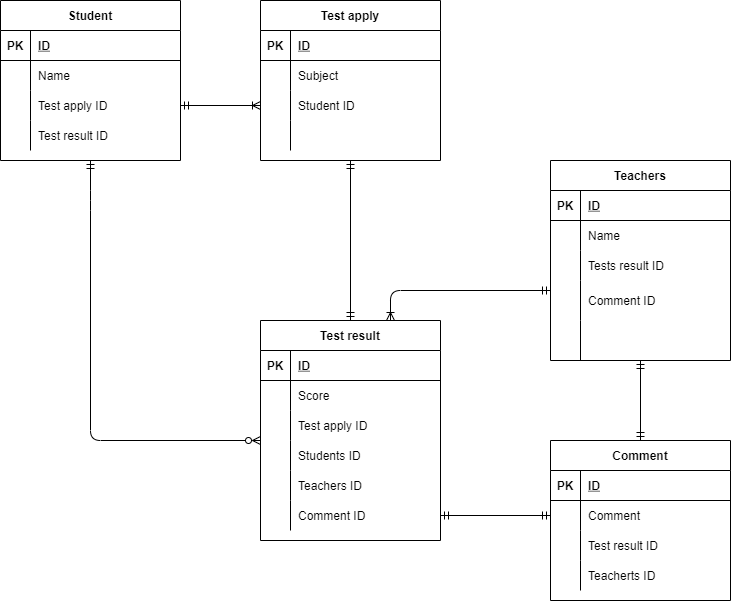
The draw.io diagram index.drawio.png in taromatsuo0422/er-test, before a commit. Source tidied: cells renumbered, new cells last; positions are measured from the earlier drawing's top-left corner, leaving out a move shared by most shapes.
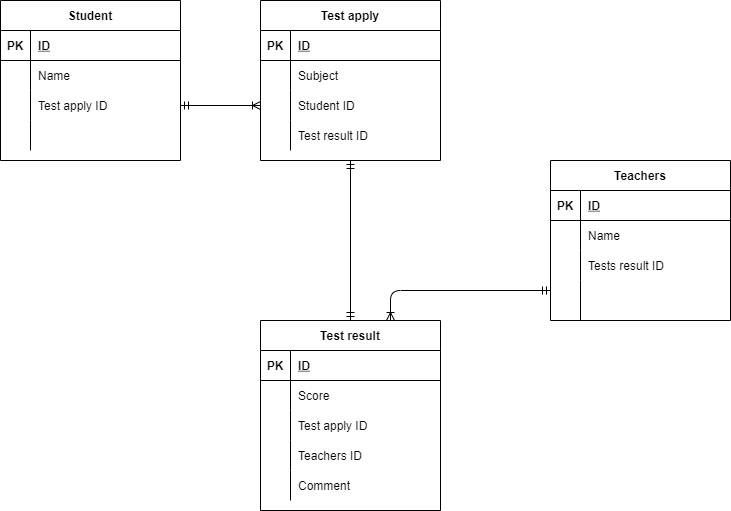
The same file after the commit.

Change to the diagram source:
```diff
@@ -38,14 +38,11 @@
     <mxCell id="13" style="shape=partialRectangle;fillColor=none;top=0;left=0;bottom=0;right=0;overflow=hidden;" parent="12" vertex="1">
       <mxGeometry width="30" height="30" as="geometry" />
     </mxCell>
-    <mxCell id="14" value="Test result ID" style="shape=partialRectangle;fillColor=none;top=0;left=0;bottom=0;right=0;align=left;spacingLeft=6;overflow=hidden;" parent="12" vertex="1">
+    <mxCell id="14" style="shape=partialRectangle;fillColor=none;top=0;left=0;bottom=0;right=0;align=left;spacingLeft=6;overflow=hidden;" parent="12" vertex="1">
       <mxGeometry x="30" width="150" height="30" as="geometry" />
     </mxCell>
-    <mxCell id="15" style="edgeStyle=none;html=1;entryX=0;entryY=0.5;entryDx=0;entryDy=0;startArrow=ERmandOne;startFill=0;endArrow=ERmandOne;endFill=0;exitX=1;exitY=0.5;exitDx=0;exitDy=0;" parent="1" edge="1" source="32" target="56">
-      <mxGeometry relative="1" as="geometry" />
-    </mxCell>
     <mxCell id="16" value="Test result" style="shape=table;startSize=30;rowLines=0;fontStyle=1;align=center;" parent="1" vertex="1">
-      <mxGeometry x="260" y="320" width="180" height="220" as="geometry" />
+      <mxGeometry x="260" y="320" width="180" height="190" as="geometry" />
     </mxCell>
     <mxCell id="17" style="shape=partialRectangle;fillColor=none;top=0;left=0;bottom=1;right=0;" parent="16" vertex="1">
       <mxGeometry y="30" width="180" height="30" as="geometry" />
@@ -74,35 +71,26 @@
     <mxCell id="25" value="Test apply ID" style="shape=partialRectangle;fillColor=none;top=0;left=0;bottom=0;right=0;align=left;spacingLeft=6;overflow=hidden;" parent="23" vertex="1">
       <mxGeometry x="30" width="150" height="30" as="geometry" />
     </mxCell>
+    <mxCell id="29" style="shape=partialRectangle;fillColor=none;top=0;left=0;bottom=0;right=0;" parent="16" vertex="1">
+      <mxGeometry y="120" width="180" height="30" as="geometry" />
+    </mxCell>
+    <mxCell id="30" style="shape=partialRectangle;fillColor=none;top=0;left=0;bottom=0;right=0;overflow=hidden;" parent="29" vertex="1">
+      <mxGeometry width="30" height="30" as="geometry" />
+    </mxCell>
+    <mxCell id="31" value="Teachers ID" style="shape=partialRectangle;fillColor=none;top=0;left=0;bottom=0;right=0;align=left;spacingLeft=6;overflow=hidden;" parent="29" vertex="1">
+      <mxGeometry x="30" width="150" height="30" as="geometry" />
+    </mxCell>
     <mxCell id="26" style="shape=partialRectangle;fillColor=none;top=0;left=0;bottom=0;right=0;" parent="16" vertex="1">
-      <mxGeometry y="120" width="180" height="30" as="geometry" />
+      <mxGeometry y="150" width="180" height="30" as="geometry" />
     </mxCell>
     <mxCell id="27" style="shape=partialRectangle;fillColor=none;top=0;left=0;bottom=0;right=0;overflow=hidden;" parent="26" vertex="1">
       <mxGeometry width="30" height="30" as="geometry" />
     </mxCell>
-    <mxCell id="28" value="Students ID" style="shape=partialRectangle;fillColor=none;top=0;left=0;bottom=0;right=0;align=left;spacingLeft=6;overflow=hidden;" parent="26" vertex="1">
+    <mxCell id="28" value="Comment" style="shape=partialRectangle;fillColor=none;top=0;left=0;bottom=0;right=0;align=left;spacingLeft=6;overflow=hidden;" parent="26" vertex="1">
       <mxGeometry x="30" width="150" height="30" as="geometry" />
     </mxCell>
-    <mxCell id="29" style="shape=partialRectangle;fillColor=none;top=0;left=0;bottom=0;right=0;" parent="16" vertex="1">
-      <mxGeometry y="150" width="180" height="30" as="geometry" />
-    </mxCell>
-    <mxCell id="30" style="shape=partialRectangle;fillColor=none;top=0;left=0;bottom=0;right=0;overflow=hidden;" parent="29" vertex="1">
-      <mxGeometry width="30" height="30" as="geometry" />
-    </mxCell>
-    <mxCell id="31" value="Teachers ID" style="shape=partialRectangle;fillColor=none;top=0;left=0;bottom=0;right=0;align=left;spacingLeft=6;overflow=hidden;" parent="29" vertex="1">
-      <mxGeometry x="30" width="150" height="30" as="geometry" />
-    </mxCell>
-    <mxCell id="32" style="shape=partialRectangle;fillColor=none;top=0;left=0;bottom=0;right=0;points=[[0,0.5],[1,0.5]];portConstraint=eastwest;" parent="16" vertex="1">
-      <mxGeometry y="180" width="180" height="30" as="geometry" />
-    </mxCell>
-    <mxCell id="33" style="shape=partialRectangle;fillColor=none;top=0;left=0;bottom=0;right=0;overflow=hidden;" parent="32" vertex="1">
-      <mxGeometry width="30" height="30" as="geometry" />
-    </mxCell>
-    <mxCell id="34" value="Comment ID" style="shape=partialRectangle;fillColor=none;top=0;left=0;bottom=0;right=0;align=left;spacingLeft=6;overflow=hidden;" parent="32" vertex="1">
-      <mxGeometry x="30" width="150" height="30" as="geometry" />
-    </mxCell>
     <mxCell id="35" value="Teachers" style="shape=table;startSize=30;rowLines=0;fontStyle=1;align=center;" parent="1" vertex="1">
-      <mxGeometry x="550" y="160" width="180" height="200" as="geometry" />
+      <mxGeometry x="550" y="160" width="180" height="160" as="geometry" />
     </mxCell>
     <mxCell id="36" style="shape=partialRectangle;fillColor=none;top=0;left=0;bottom=1;right=0;" parent="35" vertex="1">
       <mxGeometry y="30" width="180" height="30" as="geometry" />
@@ -137,72 +125,9 @@
     <mxCell id="46" style="shape=partialRectangle;fillColor=none;top=0;left=0;bottom=0;right=0;overflow=hidden;" parent="45" vertex="1">
       <mxGeometry width="30" height="40" as="geometry" />
     </mxCell>
-    <mxCell id="47" value="Comment ID" style="shape=partialRectangle;fillColor=none;top=0;left=0;bottom=0;right=0;align=left;spacingLeft=6;overflow=hidden;" parent="45" vertex="1">
+    <mxCell id="47" style="shape=partialRectangle;fillColor=none;top=0;left=0;bottom=0;right=0;align=left;spacingLeft=6;overflow=hidden;" parent="45" vertex="1">
       <mxGeometry x="30" width="150" height="40" as="geometry" />
     </mxCell>
-    <mxCell id="48" style="shape=partialRectangle;fillColor=none;top=0;left=0;bottom=0;right=0;" parent="35" vertex="1">
-      <mxGeometry y="160" width="180" height="40" as="geometry" />
-    </mxCell>
-    <mxCell id="49" style="shape=partialRectangle;fillColor=none;top=0;left=0;bottom=0;right=0;overflow=hidden;" parent="48" vertex="1">
-      <mxGeometry width="30" height="40" as="geometry" />
-    </mxCell>
-    <mxCell id="50" style="shape=partialRectangle;fillColor=none;top=0;left=0;bottom=0;right=0;align=left;spacingLeft=6;overflow=hidden;" parent="48" vertex="1">
-      <mxGeometry x="30" width="150" height="40" as="geometry" />
-    </mxCell>
-    <mxCell id="51" style="edgeStyle=none;html=1;exitX=0.5;exitY=0;exitDx=0;exitDy=0;startArrow=ERmandOne;startFill=0;endArrow=ERmandOne;endFill=0;" parent="1" edge="1" source="52">
-      <mxGeometry relative="1" as="geometry">
-        <mxPoint x="640" y="360" as="targetPoint" />
-      </mxGeometry>
-    </mxCell>
-    <mxCell id="52" value="Comment" style="shape=table;startSize=30;rowLines=0;fontStyle=1;align=center;" parent="1" vertex="1">
-      <mxGeometry x="550" y="440" width="180" height="160" as="geometry" />
-    </mxCell>
-    <mxCell id="53" style="shape=partialRectangle;fillColor=none;top=0;left=0;bottom=1;right=0;" parent="52" vertex="1">
-      <mxGeometry y="30" width="180" height="30" as="geometry" />
-    </mxCell>
-    <mxCell id="54" value="PK" style="shape=partialRectangle;fillColor=none;top=0;left=0;bottom=0;right=0;fontStyle=1;overflow=hidden;" parent="53" vertex="1">
-      <mxGeometry width="30" height="30" as="geometry" />
-    </mxCell>
-    <mxCell id="55" value="ID" style="shape=partialRectangle;fillColor=none;top=0;left=0;bottom=0;right=0;align=left;spacingLeft=6;fontStyle=5;overflow=hidden;" parent="53" vertex="1">
-      <mxGeometry x="30" width="150" height="30" as="geometry" />
-    </mxCell>
-    <mxCell id="56" style="shape=partialRectangle;fillColor=none;top=0;left=0;bottom=0;right=0;points=[[0,0.5],[1,0.5]];portConstraint=eastwest;" parent="52" vertex="1">
-      <mxGeometry y="60" width="180" height="30" as="geometry" />
-    </mxCell>
-    <mxCell id="57" style="shape=partialRectangle;fillColor=none;top=0;left=0;bottom=0;right=0;overflow=hidden;" parent="56" vertex="1">
-      <mxGeometry width="30" height="30" as="geometry" />
-    </mxCell>
-    <mxCell id="58" value="Comment" style="shape=partialRectangle;fillColor=none;top=0;left=0;bottom=0;right=0;align=left;spacingLeft=6;overflow=hidden;" parent="56" vertex="1">
-      <mxGeometry x="30" width="150" height="30" as="geometry" />
-    </mxCell>
-    <mxCell id="59" style="shape=partialRectangle;fillColor=none;top=0;left=0;bottom=0;right=0;" parent="52" vertex="1">
-      <mxGeometry y="90" width="180" height="30" as="geometry" />
-    </mxCell>
-    <mxCell id="60" style="shape=partialRectangle;fillColor=none;top=0;left=0;bottom=0;right=0;overflow=hidden;" parent="59" vertex="1">
-      <mxGeometry width="30" height="30" as="geometry" />
-    </mxCell>
-    <mxCell id="61" value="Test result ID" style="shape=partialRectangle;fillColor=none;top=0;left=0;bottom=0;right=0;align=left;spacingLeft=6;overflow=hidden;" parent="59" vertex="1">
-      <mxGeometry x="30" width="150" height="30" as="geometry" />
-    </mxCell>
-    <mxCell id="62" style="shape=partialRectangle;fillColor=none;top=0;left=0;bottom=0;right=0;" parent="52" vertex="1">
-      <mxGeometry y="120" width="180" height="30" as="geometry" />
-    </mxCell>
-    <mxCell id="63" style="shape=partialRectangle;fillColor=none;top=0;left=0;bottom=0;right=0;overflow=hidden;" parent="62" vertex="1">
-      <mxGeometry width="30" height="30" as="geometry" />
-    </mxCell>
-    <mxCell id="64" value="Teacherts ID" style="shape=partialRectangle;fillColor=none;top=0;left=0;bottom=0;right=0;align=left;spacingLeft=6;overflow=hidden;" parent="62" vertex="1">
-      <mxGeometry x="30" width="150" height="30" as="geometry" />
-    </mxCell>
-    <mxCell id="65" style="edgeStyle=none;html=1;endArrow=ERzeroToMany;endFill=0;startArrow=ERmandOne;startFill=0;" parent="1" edge="1">
-      <mxGeometry relative="1" as="geometry">
-        <mxPoint x="90" y="160" as="sourcePoint" />
-        <mxPoint x="260" y="440" as="targetPoint" />
-        <Array as="points">
-          <mxPoint x="90" y="200" />
-          <mxPoint x="90" y="440" />
-        </Array>
-      </mxGeometry>
-    </mxCell>
     <mxCell id="66" style="edgeStyle=none;html=1;entryX=0;entryY=0.25;entryDx=0;entryDy=0;startArrow=ERoneToMany;startFill=0;endArrow=ERmandOne;endFill=0;entryPerimeter=0;" parent="1" edge="1" target="45">
       <mxGeometry relative="1" as="geometry">
         <mxPoint x="390" y="320" as="sourcePoint" />
@@ -250,7 +175,7 @@
     <mxCell id="79" style="shape=partialRectangle;fillColor=none;top=0;left=0;bottom=0;right=0;overflow=hidden;" parent="78" vertex="1">
       <mxGeometry width="30" height="30" as="geometry" />
     </mxCell>
-    <mxCell id="80" style="shape=partialRectangle;fillColor=none;top=0;left=0;bottom=0;right=0;align=left;spacingLeft=6;overflow=hidden;" parent="78" vertex="1">
+    <mxCell id="80" value="Test result ID" style="shape=partialRectangle;fillColor=none;top=0;left=0;bottom=0;right=0;align=left;spacingLeft=6;overflow=hidden;" parent="78" vertex="1">
       <mxGeometry x="30" width="150" height="30" as="geometry" />
     </mxCell>
     <mxCell id="81" style="edgeStyle=none;html=1;exitX=1;exitY=0.5;exitDx=0;exitDy=0;entryX=0;entryY=0.5;entryDx=0;entryDy=0;startArrow=ERmandOne;startFill=0;endArrow=ERoneToMany;endFill=0;" parent="1" edge="1" source="9" target="75">
```
